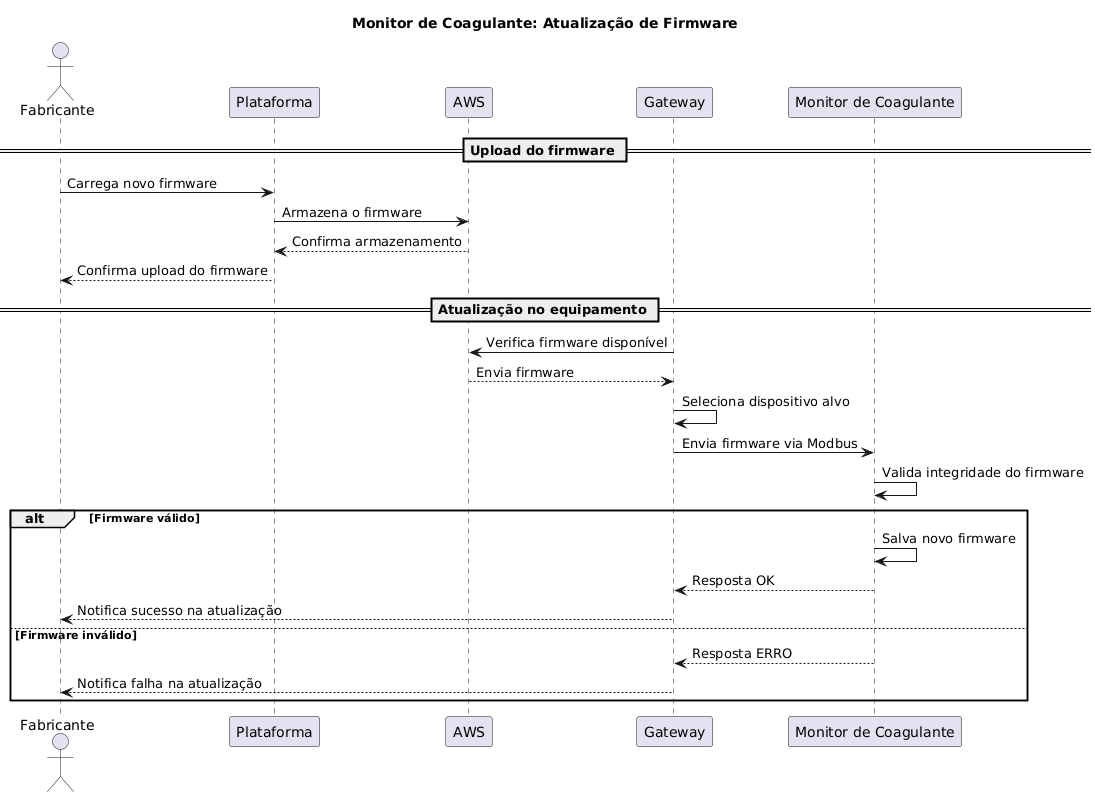
Monique-HidroSolo/plantuml keeps this PlantUML diagram as Documentação Monitor/OTA.png. Above is the earlier version.
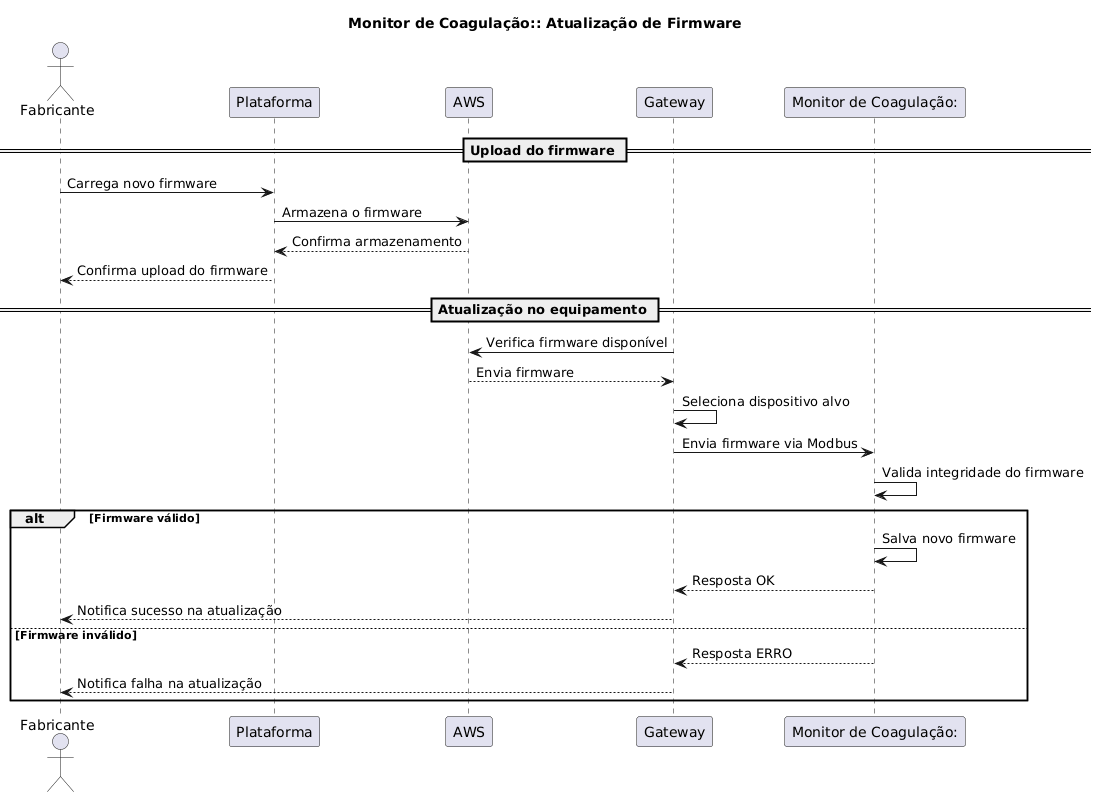
The same file after the commit.

Change to the diagram source:
```diff
@@ -1,11 +1,11 @@
 @startuml
-title Monitor de Coagulante: Atualização de Firmware
+title Monitor de Coagulação:: Atualização de Firmware
 
 actor Fabricante as F
 participant Plataforma as P
 participant AWS as AWS
 participant Gateway as GW
-participant "Monitor de Coagulante" as MC
+participant "Monitor de Coagulação:" as MC
 
 == Upload do firmware ==
 F -> P: Carrega novo firmware
```
